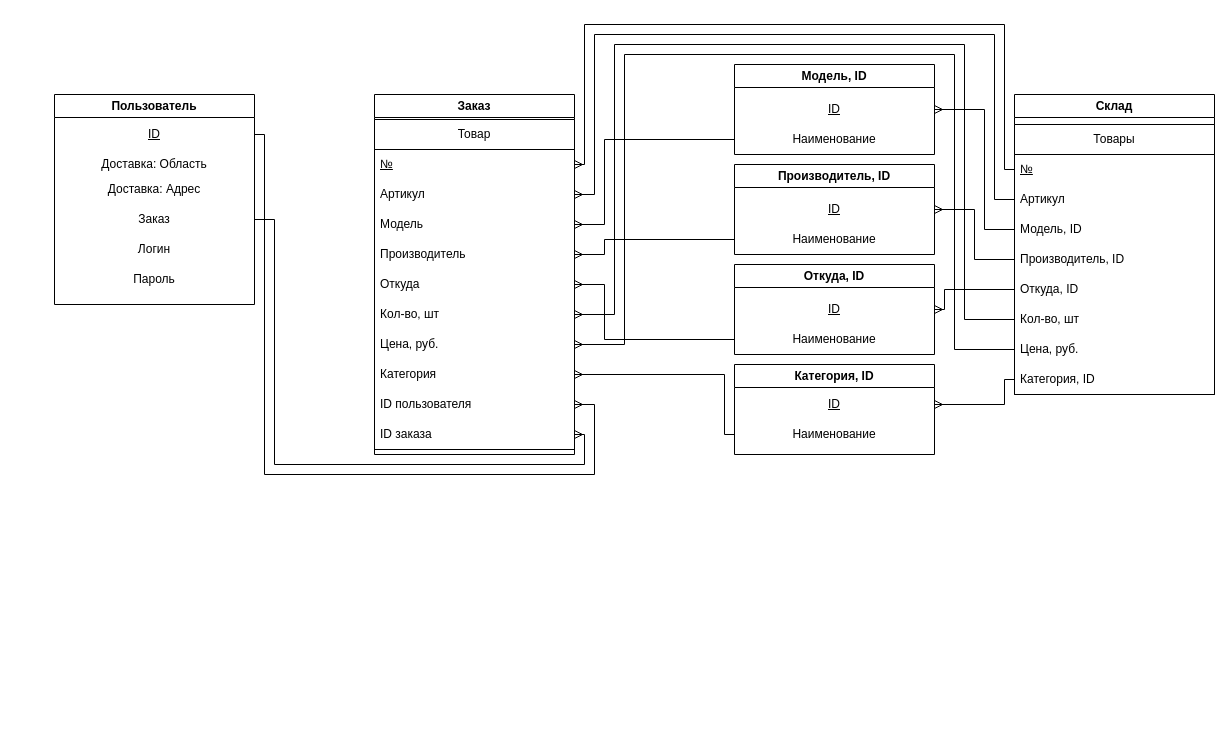
Deviant1407/Info-Security-and-Data-Base keeps this draw.io diagram as Схема_1.drawio. Above is the earlier version. Source tidied: cells renumbered, new cells numbered last; positions are measured from the earlier drawing's top-left corner, leaving out a move shared by most shapes. Both pictures are drawn from the tidied source at 100%, with x=0, y=0 at pixel (54, 24).
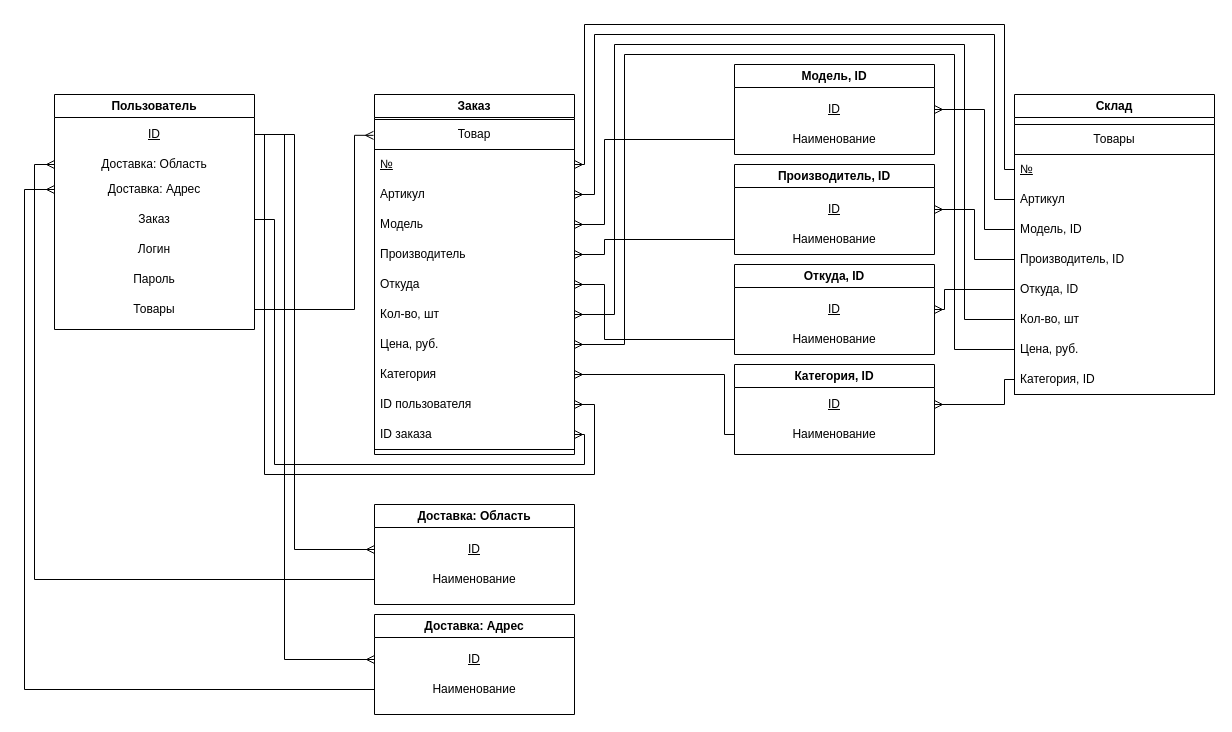
Above is the later version.

The change refers to these unchanged cells:
```xml
<mxCell id="25" value="Товар" style="swimlane;fontStyle=0;horizontal=1;startSize=30;whiteSpace=wrap;html=1;" parent="24" vertex="1">
  <mxGeometry y="25" width="200" height="330" as="geometry" />
</mxCell>
<mxCell id="49" value="&lt;u&gt;ID&lt;/u&gt;" style="text;html=1;strokeColor=none;fillColor=none;align=center;verticalAlign=middle;whiteSpace=wrap;rounded=0;" parent="48" vertex="1">
  <mxGeometry y="25" width="200" height="30" as="geometry" />
</mxCell>
<mxCell id="50" value="Доставка: Область" style="text;html=1;strokeColor=none;fillColor=none;align=center;verticalAlign=middle;whiteSpace=wrap;rounded=0;" parent="48" vertex="1">
  <mxGeometry y="55" width="200" height="30" as="geometry" />
</mxCell>
<mxCell id="51" value="Доставка: Адрес" style="text;html=1;strokeColor=none;fillColor=none;align=center;verticalAlign=middle;whiteSpace=wrap;rounded=0;" parent="48" vertex="1">
  <mxGeometry y="80" width="200" height="30" as="geometry" />
</mxCell>
```

Diff of the diagram source:
```diff
@@
     <mxCell id="48" value="Пользователь" style="swimlane;whiteSpace=wrap;html=1;" parent="1" vertex="1">
-      <mxGeometry y="70" width="200" height="210" as="geometry" />
+      <mxGeometry y="70" width="200" height="235" as="geometry" />
     </mxCell>
@@
+    <mxCell id="57" value="Товары" style="text;html=1;strokeColor=none;fillColor=none;align=center;verticalAlign=middle;whiteSpace=wrap;rounded=0;" parent="48" vertex="1">
+      <mxGeometry y="200" width="200" height="30" as="geometry" />
+    </mxCell>
@@
+    <mxCell id="58" value="Доставка: Область" style="swimlane;whiteSpace=wrap;html=1;" parent="1" vertex="1">
+      <mxGeometry x="320" y="480" width="200" height="100" as="geometry" />
+    </mxCell>
+    <mxCell id="59" value="&lt;u&gt;ID&lt;/u&gt;" style="text;html=1;strokeColor=none;fillColor=none;align=center;verticalAlign=middle;whiteSpace=wrap;rounded=0;" parent="58" vertex="1">
+      <mxGeometry y="30" width="200" height="30" as="geometry" />
+    </mxCell>
+    <mxCell id="60" value="Наименование" style="text;html=1;strokeColor=none;fillColor=none;align=center;verticalAlign=middle;whiteSpace=wrap;rounded=0;" parent="58" vertex="1">
+      <mxGeometry y="60" width="200" height="30" as="geometry" />
+    </mxCell>
+    <mxCell id="61" value="Доставка: Адрес" style="swimlane;whiteSpace=wrap;html=1;" parent="1" vertex="1">
+      <mxGeometry x="320" y="590" width="200" height="100" as="geometry" />
+    </mxCell>
+    <mxCell id="62" value="&lt;u&gt;ID&lt;/u&gt;" style="text;html=1;strokeColor=none;fillColor=none;align=center;verticalAlign=middle;whiteSpace=wrap;rounded=0;" parent="61" vertex="1">
+      <mxGeometry y="30" width="200" height="30" as="geometry" />
+    </mxCell>
+    <mxCell id="63" value="Наименование" style="text;html=1;strokeColor=none;fillColor=none;align=center;verticalAlign=middle;whiteSpace=wrap;rounded=0;" parent="61" vertex="1">
+      <mxGeometry y="60" width="200" height="30" as="geometry" />
+    </mxCell>
+    <mxCell id="64" style="edgeStyle=orthogonalEdgeStyle;fontSize=12;html=1;endArrow=ERmany;rounded=0;exitX=1;exitY=0.5;exitDx=0;exitDy=0;entryX=-0.005;entryY=0.048;entryDx=0;entryDy=0;entryPerimeter=0;" parent="1" edge="1" source="57" target="25">
+      <mxGeometry relative="1" as="geometry">
+        <Array as="points">
+          <mxPoint x="300" y="285" />
+          <mxPoint x="300" y="111" />
+        </Array>
+      </mxGeometry>
+    </mxCell>
+    <mxCell id="65" style="edgeStyle=orthogonalEdgeStyle;fontSize=12;html=1;endArrow=ERmany;rounded=0;exitX=1;exitY=0.5;exitDx=0;exitDy=0;entryX=0;entryY=0.5;entryDx=0;entryDy=0;" parent="1" edge="1" source="49" target="59">
+      <mxGeometry relative="1" as="geometry">
+        <Array as="points">
+          <mxPoint x="240" y="110" />
+          <mxPoint x="240" y="525" />
+        </Array>
+      </mxGeometry>
+    </mxCell>
+    <mxCell id="66" style="edgeStyle=orthogonalEdgeStyle;fontSize=12;html=1;endArrow=ERmany;rounded=0;exitX=1;exitY=0.5;exitDx=0;exitDy=0;entryX=0;entryY=0.5;entryDx=0;entryDy=0;" parent="1" edge="1" source="49" target="62">
+      <mxGeometry relative="1" as="geometry">
+        <Array as="points">
+          <mxPoint x="230" y="110" />
+          <mxPoint x="230" y="635" />
+        </Array>
+      </mxGeometry>
+    </mxCell>
+    <mxCell id="67" style="edgeStyle=orthogonalEdgeStyle;fontSize=12;html=1;endArrow=ERmany;rounded=0;exitX=0;exitY=0.5;exitDx=0;exitDy=0;entryX=0;entryY=0.5;entryDx=0;entryDy=0;" parent="1" edge="1" source="60" target="50">
+      <mxGeometry relative="1" as="geometry">
+        <Array as="points">
+          <mxPoint x="-20" y="555" />
+          <mxPoint x="-20" y="140" />
+        </Array>
+      </mxGeometry>
+    </mxCell>
+    <mxCell id="68" style="edgeStyle=orthogonalEdgeStyle;fontSize=12;html=1;endArrow=ERmany;rounded=0;entryX=0;entryY=0.5;entryDx=0;entryDy=0;exitX=0;exitY=0.5;exitDx=0;exitDy=0;" parent="1" edge="1" source="63" target="51">
+      <mxGeometry relative="1" as="geometry">
+        <Array as="points">
+          <mxPoint x="-30" y="665" />
+          <mxPoint x="-30" y="165" />
+        </Array>
+      </mxGeometry>
+    </mxCell>
```
